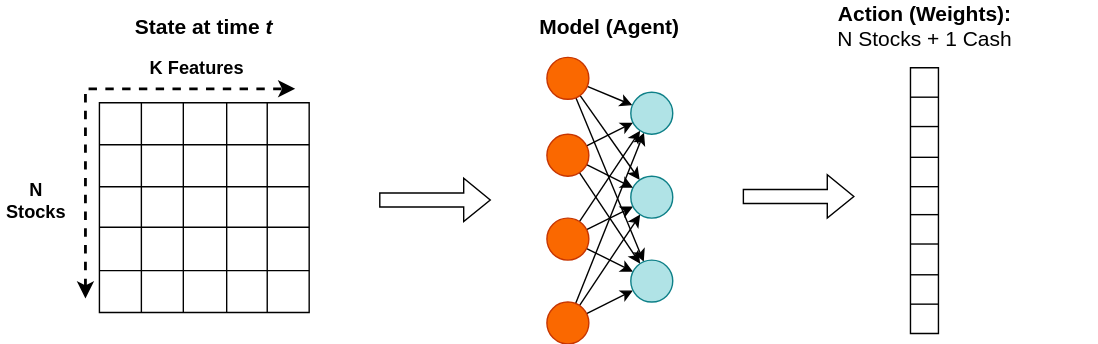
Before: thesis/image/state_agent_weights.svg, a diagram exported from draw.io (zdeneklapes/ibt). Source tidied: cells renumbered, new cells last; positions are measured from the earlier drawing's top-left corner, leaving out a move shared by most shapes.
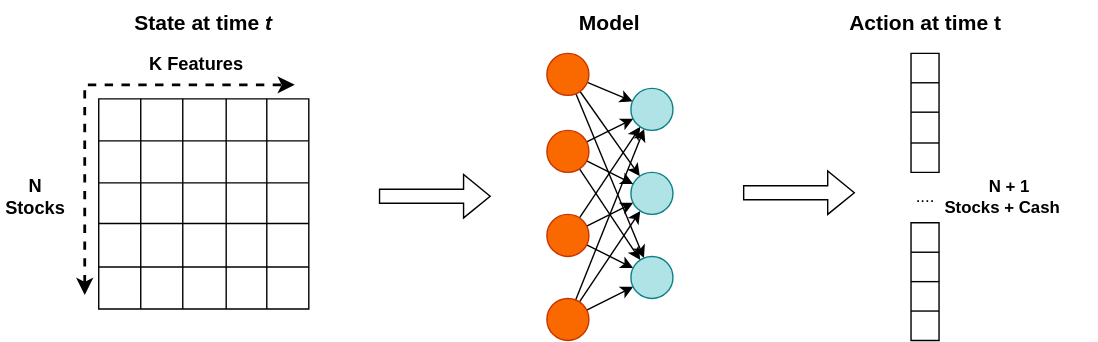
After the change.

Diff of the diagram source:
```diff
@@ -168,7 +168,7 @@
       <mxGeometry x="390" y="92.5" width="30" height="30" as="geometry" />
     </mxCell>
     <mxCell id="55" style="shape=table;html=1;whiteSpace=wrap;startSize=0;fontSize=15;" parent="1" vertex="1">
-      <mxGeometry x="650" y="45" width="20" height="190" as="geometry" />
+      <mxGeometry x="650" y="37.5" width="20" height="85" as="geometry" />
     </mxCell>
     <mxCell id="56" style="shape=tableRow;horizontal=0;startSize=0;swimlaneHead=0;swimlaneBody=0;top=0;left=0;bottom=0;right=0;fillColor=none;fontSize=15;" parent="55" vertex="1">
       <mxGeometry width="20" height="21" as="geometry" />
@@ -194,36 +194,6 @@
     <mxCell id="63" style="shape=partialRectangle;html=1;whiteSpace=wrap;fillColor=none;top=0;left=0;bottom=0;right=0;overflow=hidden;fontSize=15;" parent="62" vertex="1">
       <mxGeometry width="20" height="21" as="geometry" />
     </mxCell>
-    <mxCell id="64" style="shape=tableRow;horizontal=0;startSize=0;swimlaneHead=0;swimlaneBody=0;top=0;left=0;bottom=0;right=0;fillColor=none;fontSize=3;flipH=0;flipV=0;verticalAlign=middle;" parent="55" vertex="1">
-      <mxGeometry y="85" width="20" height="20" as="geometry" />
-    </mxCell>
-    <mxCell id="65" style="shape=partialRectangle;html=1;whiteSpace=wrap;fillColor=none;top=0;left=0;bottom=0;right=0;overflow=hidden;fontSize=15;" parent="64" vertex="1">
-      <mxGeometry width="20" height="20" as="geometry" />
-    </mxCell>
-    <mxCell id="66" style="shape=tableRow;horizontal=0;startSize=0;swimlaneHead=0;swimlaneBody=0;top=0;left=0;bottom=0;right=0;fillColor=none;fontSize=15;" parent="55" vertex="1">
-      <mxGeometry y="105" width="20" height="21" as="geometry" />
-    </mxCell>
-    <mxCell id="67" style="shape=partialRectangle;html=1;whiteSpace=wrap;fillColor=none;top=0;left=0;bottom=0;right=0;overflow=hidden;fontSize=15;" parent="66" vertex="1">
-      <mxGeometry width="20" height="21" as="geometry" />
-    </mxCell>
-    <mxCell id="68" style="shape=tableRow;horizontal=0;startSize=0;swimlaneHead=0;swimlaneBody=0;top=0;left=0;bottom=0;right=0;fillColor=none;fontSize=15;" parent="55" vertex="1">
-      <mxGeometry y="126" width="20" height="22" as="geometry" />
-    </mxCell>
-    <mxCell id="69" style="shape=partialRectangle;html=1;whiteSpace=wrap;fillColor=none;top=0;left=0;bottom=0;right=0;overflow=hidden;fontSize=15;" parent="68" vertex="1">
-      <mxGeometry width="20" height="22" as="geometry" />
-    </mxCell>
-    <mxCell id="70" style="shape=tableRow;horizontal=0;startSize=0;swimlaneHead=0;swimlaneBody=0;top=0;left=0;bottom=0;right=0;fillColor=none;fontSize=15;" parent="55" vertex="1">
-      <mxGeometry y="148" width="20" height="21" as="geometry" />
-    </mxCell>
-    <mxCell id="71" style="shape=partialRectangle;html=1;whiteSpace=wrap;fillColor=none;top=0;left=0;bottom=0;right=0;overflow=hidden;fontSize=15;" parent="70" vertex="1">
-      <mxGeometry width="20" height="21" as="geometry" />
-    </mxCell>
-    <mxCell id="72" style="shape=tableRow;horizontal=0;startSize=0;swimlaneHead=0;swimlaneBody=0;top=0;left=0;bottom=0;right=0;fillColor=none;fontSize=15;" parent="55" vertex="1">
-      <mxGeometry y="169" width="20" height="21" as="geometry" />
-    </mxCell>
-    <mxCell id="73" style="shape=partialRectangle;html=1;whiteSpace=wrap;fillColor=none;top=0;left=0;bottom=0;right=0;overflow=hidden;fontSize=15;" parent="72" vertex="1">
-      <mxGeometry width="20" height="21" as="geometry" />
-    </mxCell>
     <mxCell id="74" style="shape=flexArrow;endArrow=classic;html=1;rounded=0;strokeWidth=1;fontSize=15;" parent="1" edge="1">
       <mxGeometry relative="1" as="geometry">
         <mxPoint x="270" y="139.5" as="sourcePoint" />
@@ -236,14 +206,47 @@
         <mxPoint x="610" y="137" as="targetPoint" />
       </mxGeometry>
     </mxCell>
-    <mxCell id="76" value="&lt;span style=&quot;font-size: 15px;&quot;&gt;&lt;b&gt;Model (Agent)&lt;/b&gt;&lt;/span&gt;" style="text;html=1;strokeColor=none;fillColor=none;align=center;verticalAlign=middle;whiteSpace=wrap;rounded=0;" parent="1" vertex="1">
+    <mxCell id="76" value="&lt;span style=&quot;font-size: 15px;&quot;&gt;&lt;b&gt;Model&lt;/b&gt;&lt;/span&gt;" style="text;html=1;strokeColor=none;fillColor=none;align=center;verticalAlign=middle;whiteSpace=wrap;rounded=0;" parent="1" vertex="1">
       <mxGeometry x="360" width="150" height="30" as="geometry" />
     </mxCell>
-    <mxCell id="77" value="&lt;span style=&quot;font-size: 15px;&quot;&gt;&lt;b&gt;Action (&lt;/b&gt;&lt;/span&gt;&lt;b style=&quot;font-size: 15px;&quot;&gt;Weights&lt;/b&gt;&lt;span style=&quot;font-size: 15px;&quot;&gt;&lt;b&gt;):&lt;/b&gt;&lt;br&gt;N Stocks + 1 Cash&lt;/span&gt;" style="text;html=1;strokeColor=none;fillColor=none;align=center;verticalAlign=middle;whiteSpace=wrap;rounded=0;" parent="1" vertex="1">
+    <mxCell id="77" value="&lt;span style=&quot;font-size: 15px;&quot;&gt;&lt;b&gt;Action at time t&lt;/b&gt;&lt;/span&gt;&lt;span style=&quot;font-size: 15px;&quot;&gt;&lt;br&gt;&lt;/span&gt;" style="text;html=1;strokeColor=none;fillColor=none;align=center;verticalAlign=middle;whiteSpace=wrap;rounded=0;" parent="1" vertex="1">
       <mxGeometry x="537.5" width="245" height="30" as="geometry" />
     </mxCell>
     <mxCell id="78" value="&lt;span style=&quot;font-size: 15px;&quot;&gt;&lt;b&gt;State at time &lt;i&gt;t&lt;/i&gt;&lt;/b&gt;&lt;/span&gt;" style="text;html=1;strokeColor=none;fillColor=none;align=center;verticalAlign=middle;whiteSpace=wrap;rounded=0;" parent="1" vertex="1">
       <mxGeometry x="70" width="150" height="30" as="geometry" />
     </mxCell>
+    <mxCell id="79" style="shape=table;html=1;whiteSpace=wrap;startSize=0;fontSize=15;" parent="1" vertex="1">
+      <mxGeometry x="650" y="158.5" width="20" height="84" as="geometry" />
+    </mxCell>
+    <mxCell id="80" style="shape=tableRow;horizontal=0;startSize=0;swimlaneHead=0;swimlaneBody=0;top=0;left=0;bottom=0;right=0;fillColor=none;fontSize=15;" parent="79" vertex="1">
+      <mxGeometry width="20" height="21" as="geometry" />
+    </mxCell>
+    <mxCell id="81" style="shape=partialRectangle;html=1;whiteSpace=wrap;fillColor=none;top=0;left=0;bottom=0;right=0;overflow=hidden;fontSize=15;" parent="80" vertex="1">
+      <mxGeometry width="20" height="21" as="geometry" />
+    </mxCell>
+    <mxCell id="82" style="shape=tableRow;horizontal=0;startSize=0;swimlaneHead=0;swimlaneBody=0;top=0;left=0;bottom=0;right=0;fillColor=none;fontSize=15;" parent="79" vertex="1">
+      <mxGeometry y="21" width="20" height="21" as="geometry" />
+    </mxCell>
+    <mxCell id="83" style="shape=partialRectangle;html=1;whiteSpace=wrap;fillColor=none;top=0;left=0;bottom=0;right=0;overflow=hidden;fontSize=15;" parent="82" vertex="1">
+      <mxGeometry width="20" height="21" as="geometry" />
+    </mxCell>
+    <mxCell id="84" style="shape=tableRow;horizontal=0;startSize=0;swimlaneHead=0;swimlaneBody=0;top=0;left=0;bottom=0;right=0;fillColor=none;fontSize=15;" parent="79" vertex="1">
+      <mxGeometry y="42" width="20" height="21" as="geometry" />
+    </mxCell>
+    <mxCell id="85" style="shape=partialRectangle;html=1;whiteSpace=wrap;fillColor=none;top=0;left=0;bottom=0;right=0;overflow=hidden;fontSize=15;" parent="84" vertex="1">
+      <mxGeometry width="20" height="21" as="geometry" />
+    </mxCell>
+    <mxCell id="86" style="shape=tableRow;horizontal=0;startSize=0;swimlaneHead=0;swimlaneBody=0;top=0;left=0;bottom=0;right=0;fillColor=none;fontSize=15;" parent="79" vertex="1">
+      <mxGeometry y="63" width="20" height="21" as="geometry" />
+    </mxCell>
+    <mxCell id="87" style="shape=partialRectangle;html=1;whiteSpace=wrap;fillColor=none;top=0;left=0;bottom=0;right=0;overflow=hidden;fontSize=15;" parent="86" vertex="1">
+      <mxGeometry width="20" height="21" as="geometry" />
+    </mxCell>
+    <mxCell id="88" value="...." style="text;html=1;align=center;verticalAlign=middle;strokeColor=none;fillColor=none;" parent="1" vertex="1">
+      <mxGeometry x="640" y="125" width="40" height="30" as="geometry" />
+    </mxCell>
+    <mxCell id="89" value="&lt;b style=&quot;&quot;&gt;&lt;font style=&quot;font-size: 12px;&quot;&gt;&amp;nbsp; &amp;nbsp; N + 1&amp;nbsp; &lt;br&gt;Stocks + Cash&lt;/font&gt;&lt;/b&gt;" style="text;html=1;align=center;verticalAlign=middle;strokeColor=none;fillColor=none;" parent="1" vertex="1">
+      <mxGeometry x="660" y="120" width="110" height="40" as="geometry" />
+    </mxCell>
   </root>
 </mxGraphModel>
```
